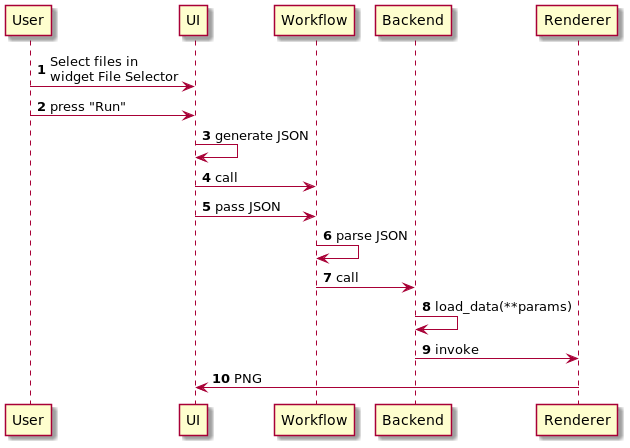
Earlier version of the PlantUML export docs/developer/media/load_data.png (ornlneutronimaging/iMars3D).
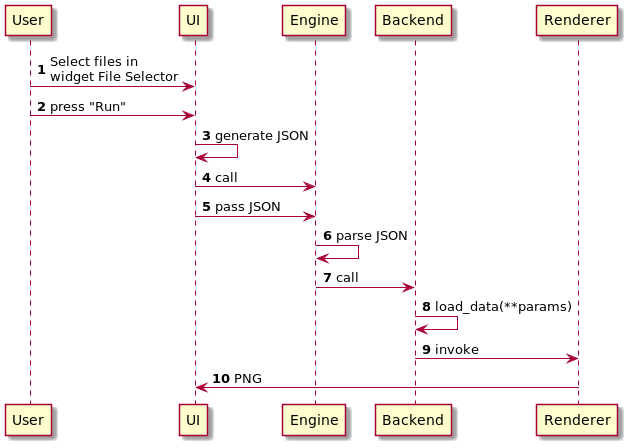
The same file after the commit.

Commit message:
comment on the workflow state manager

Change to the diagram source:
```diff
@@ -5,10 +5,10 @@
 "User" -> "UI" : Select files in\nwidget File Selector
 "User" -> "UI" : press "Run"
 "UI"   -> "UI" : generate JSON
-"UI"   -> "Workflow" : call
-"UI"   -> "Workflow" : pass JSON
-"Workflow" -> "Workflow" : parse JSON
-"Workflow" -> "Backend" : call
+"UI"   -> "Engine" : call
+"UI"   -> "Engine" : pass JSON
+"Engine" -> "Engine" : parse JSON
+"Engine" -> "Backend" : call
 "Backend"  -> "Backend": load_data(**params)
 "Backend"  -> "Renderer": invoke
 "Renderer" -> "UI":  PNG
```
